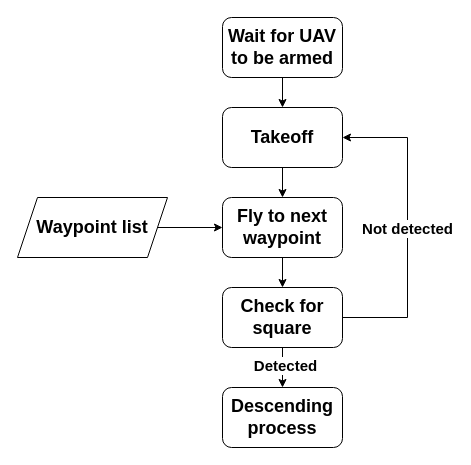
ikay13/UAV_Precision_landing keeps this draw.io diagram as Documentation/fly_to_waypoint.drawio. Above is the earlier version. Source tidied: cells renumbered, new cells numbered last; positions are measured from the earlier drawing's top-left corner, leaving out a move shared by most shapes. Both pictures are drawn from the tidied source at 100%, with x=0, y=0 at pixel (17, 17).
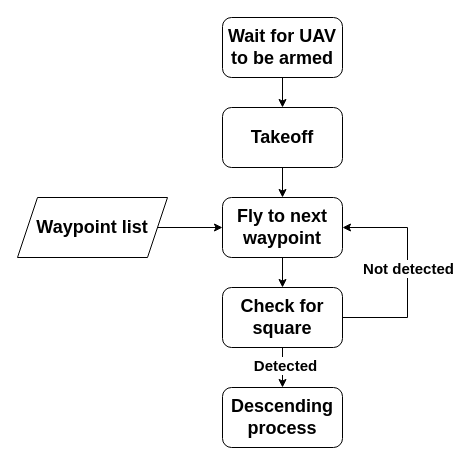
The same page after the edit.

The edit, as a diff of the source:
```diff
@@
 <mxGraphModel>
   <root>
     <mxCell id="0" />
     <mxCell id="1" parent="0" />
     <mxCell id="2" style="edgeStyle=orthogonalEdgeStyle;rounded=0;jettySize=auto;html=1;" parent="1" edge="1" source="3" target="5">
       <mxGeometry relative="1" as="geometry" />
     </mxCell>
     <mxCell id="3" value="&lt;font style=&quot;font-size: 18px;&quot;&gt;&lt;b&gt;Takeoff&lt;/b&gt;&lt;/font&gt;" style="rounded=1;whiteSpace=wrap;html=1;" parent="1" vertex="1">
       <mxGeometry x="205" y="90" width="120" height="60" as="geometry" />
     </mxCell>
     <mxCell id="4" style="edgeStyle=orthogonalEdgeStyle;rounded=0;jettySize=auto;html=1;" parent="1" edge="1" source="5" target="14">
       <mxGeometry relative="1" as="geometry" />
     </mxCell>
     <mxCell id="5" value="&lt;font style=&quot;font-size: 18px;&quot;&gt;&lt;b&gt;Fly to next waypoint&lt;/b&gt;&lt;/font&gt;" style="rounded=1;whiteSpace=wrap;html=1;" parent="1" vertex="1">
       <mxGeometry x="205" y="180" width="120" height="60" as="geometry" />
     </mxCell>
     <mxCell id="6" style="edgeStyle=orthogonalEdgeStyle;rounded=0;jettySize=auto;html=1;" parent="1" edge="1" source="7" target="3">
       <mxGeometry relative="1" as="geometry" />
     </mxCell>
     <mxCell id="7" value="&lt;font style=&quot;font-size: 18px;&quot;&gt;&lt;b&gt;Wait for UAV to be armed&lt;/b&gt;&lt;/font&gt;" style="rounded=1;whiteSpace=wrap;html=1;" parent="1" vertex="1">
       <mxGeometry x="205" width="120" height="60" as="geometry" />
     </mxCell>
     <mxCell id="8" style="edgeStyle=orthogonalEdgeStyle;rounded=0;jettySize=auto;html=1;" parent="1" edge="1" source="9" target="5">
       <mxGeometry relative="1" as="geometry" />
     </mxCell>
     <mxCell id="9" value="&lt;font style=&quot;font-size: 18px;&quot;&gt;&lt;b&gt;Waypoint list&lt;/b&gt;&lt;/font&gt;" style="shape=parallelogram;perimeter=parallelogramPerimeter;whiteSpace=wrap;html=1;fixedSize=1;" parent="1" vertex="1">
       <mxGeometry y="180" width="150" height="60" as="geometry" />
     </mxCell>
-    <mxCell id="10" style="edgeStyle=orthogonalEdgeStyle;rounded=0;jettySize=auto;html=1;entryX=1;entryY=0.5;entryDx=0;entryDy=0;" parent="1" edge="1" source="14" target="3">
+    <mxCell id="10" style="edgeStyle=orthogonalEdgeStyle;rounded=0;jettySize=auto;html=1;entryX=1;entryY=0.5;entryDx=0;entryDy=0;" parent="1" edge="1" source="14" target="5">
       <mxGeometry relative="1" as="geometry">
         <Array as="points">
           <mxPoint x="390" y="300" />
-          <mxPoint x="390" y="120" />
+          <mxPoint x="390" y="210" />
         </Array>
       </mxGeometry>
     </mxCell>
     <mxCell id="11" value="&lt;font style=&quot;font-size: 15px;&quot;&gt;&lt;b&gt;Not detected&lt;/b&gt;&lt;/font&gt;" style="edgeLabel;html=1;align=center;verticalAlign=middle;" parent="10" vertex="1">
       <mxGeometry x="-0.81" y="2" relative="1" as="geometry">
-        <mxPoint x="35" y="-88" as="offset" />
+        <mxPoint x="44" y="-48" as="offset" />
       </mxGeometry>
     </mxCell>
     <mxCell id="12" style="edgeStyle=orthogonalEdgeStyle;rounded=0;jettySize=auto;html=1;entryX=0.5;entryY=0;entryDx=0;entryDy=0;" parent="1" edge="1" source="14" target="15">
       <mxGeometry relative="1" as="geometry" />
     </mxCell>
     <mxCell id="13" value="&lt;font style=&quot;font-size: 15px;&quot;&gt;&lt;b&gt;Detected&lt;/b&gt;&lt;/font&gt;" style="edgeLabel;html=1;align=center;verticalAlign=middle;" parent="12" vertex="1">
       <mxGeometry x="-0.15" y="2" relative="1" as="geometry" />
     </mxCell>
     <mxCell id="14" value="&lt;font style=&quot;font-size: 18px;&quot;&gt;&lt;b&gt;Check for square&lt;/b&gt;&lt;/font&gt;" style="rounded=1;whiteSpace=wrap;html=1;" parent="1" vertex="1">
       <mxGeometry x="205" y="270" width="120" height="60" as="geometry" />
     </mxCell>
     <mxCell id="15" value="&lt;font style=&quot;font-size: 18px;&quot;&gt;&lt;b&gt;Descending process&lt;/b&gt;&lt;/font&gt;" style="rounded=1;whiteSpace=wrap;html=1;" parent="1" vertex="1">
       <mxGeometry x="205" y="370" width="120" height="60" as="geometry" />
     </mxCell>
   </root>
 </mxGraphModel>
```
